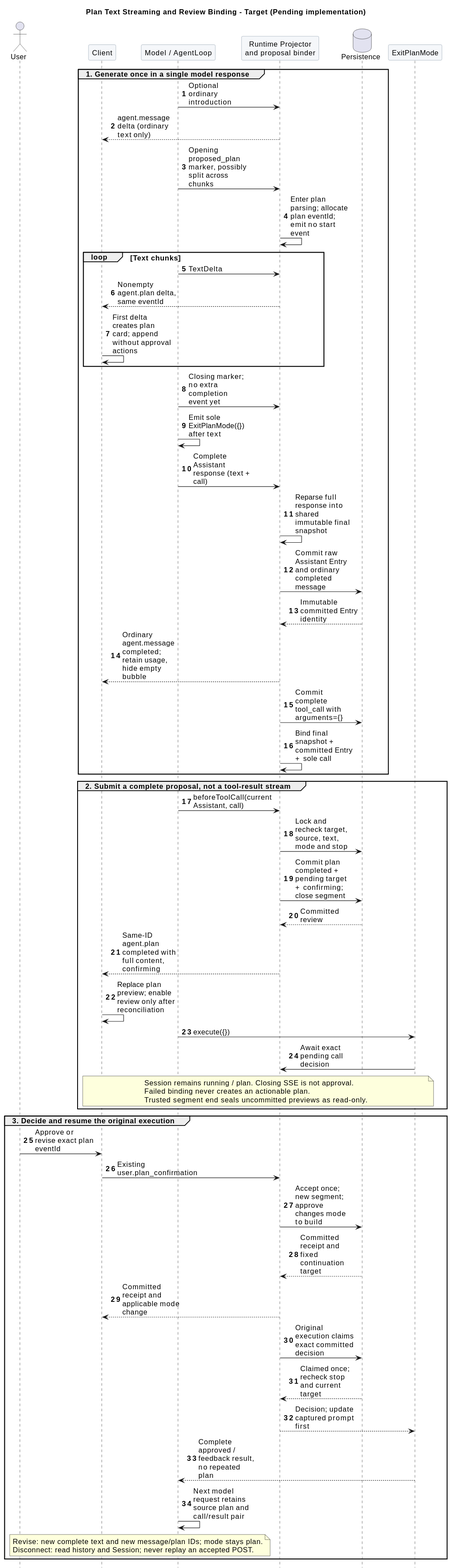
The PlantUML diagram 01-总体架构/06-CampusClaw计划模式/plan_streaming_sequence.svg in ssm0808/pi-mono-java-design, before a commit.
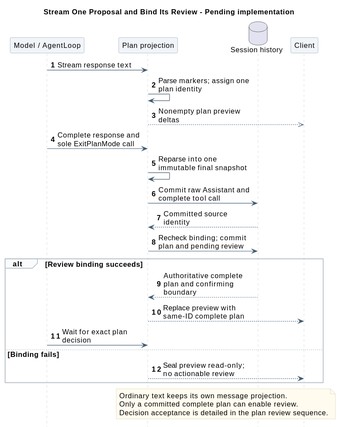
After the change.

Diff of the diagram source:
```diff
@@ -1,73 +1,44 @@
 @startuml
 skinparam backgroundColor white
-skinparam shadowing false
 skinparam defaultFontName SansSerif
 skinparam defaultFontSize 14
-skinparam maxMessageSize 115
+skinparam shadowing false
 skinparam sequenceMessageAlign left
-skinparam sequenceParticipantBackgroundColor #F5F7FA
+skinparam maxMessageSize 180
+skinparam sequenceArrowColor #425B70
+skinparam sequenceLifeLineBorderColor #BAC4CC
+skinparam sequenceParticipantBackgroundColor #F1F5F9
 skinparam sequenceParticipantBorderColor #8496A4
+skinparam sequenceGroupBackgroundColor #FAFBFC
+skinparam sequenceGroupBorderColor #BAC4CC
+skinparam noteBackgroundColor #FFFBEF
+skinparam noteBorderColor #D2C6A5
 hide footbox
 autonumber
-title Plan Text Streaming and Review Binding - Target (Pending implementation)
-actor User
-participant "Client" as UI
+
+title Stream One Proposal and Bind Its Review - Pending implementation
 participant "Model / AgentLoop" as Loop
-participant "Runtime Projector\nand proposal binder" as Runtime
-database "Persistence" as DB
-participant "ExitPlanMode" as Tool
-
-group 1. Generate once in a single model response
-  Loop -> Runtime : Optional ordinary introduction
-  Runtime --> UI : agent.message delta (ordinary text only)
-  Loop -> Runtime : Opening proposed_plan marker, possibly split across chunks
-  Runtime -> Runtime : Enter plan parsing; allocate plan eventId; emit no start event
-  loop Text chunks
-    Loop -> Runtime : TextDelta
-    Runtime --> UI : Nonempty agent.plan delta, same eventId
-    UI -> UI : First delta creates plan card; append without approval actions
-  end
-  Loop -> Runtime : Closing marker; no extra completion event yet
-  Loop -> Loop : Emit sole ExitPlanMode({}) after text
-  Loop -> Runtime : Complete Assistant response (text + call)
-  Runtime -> Runtime : Reparse full response into shared immutable final snapshot
-  Runtime -> DB : Commit raw Assistant Entry and ordinary completed message
-  DB --> Runtime : Immutable committed Entry identity
-  Runtime --> UI : Ordinary agent.message completed; retain usage, hide empty bubble
-  Runtime -> DB : Commit complete tool_call with arguments={}
-  Runtime -> Runtime : Bind final snapshot + committed Entry + sole call
+participant "Plan projection" as Runtime
+database "Session history" as DB
+participant Client
+Loop -> Runtime : Stream response text
+Runtime -> Runtime : Parse markers; assign one plan identity
+Runtime -->> Client : Nonempty plan preview deltas
+Loop -> Runtime : Complete response and sole ExitPlanMode call
+Runtime -> Runtime : Reparse into one immutable final snapshot
+Runtime -> DB : Commit raw Assistant and complete tool call
+DB --> Runtime : Committed source identity
+Runtime -> DB : Recheck binding; commit plan and pending review
+alt Review binding succeeds
+  DB --> Runtime : Authoritative complete plan and confirming boundary
+  Runtime --> Client : Replace preview with same-ID complete plan
+  Loop -> Runtime : Wait for exact plan decision
+else Binding fails
+  Runtime --> Client : Seal preview read-only; no actionable review
 end
-
-group 2. Submit a complete proposal, not a tool-result stream
-  Loop -> Runtime : beforeToolCall(current Assistant, call)
-  Runtime -> DB : Lock and recheck target, source, text, mode and stop
-  Runtime -> DB : Commit plan completed + pending target + confirming; close segment
-  DB --> Runtime : Committed review
-  Runtime --> UI : Same-ID agent.plan completed with full content, confirming
-  UI -> UI : Replace plan preview; enable review only after reconciliation
-  Loop -> Tool : execute({})
-  Tool -> Runtime : Await exact pending call decision
-  note over UI,Tool
-    Session remains running / plan. Closing SSE is not approval.
-    Failed binding never creates an actionable plan.
-    Trusted segment end seals uncommitted previews as read-only.
-  end note
-end
-
-group 3. Decide and resume the original execution
-  User -> UI : Approve or revise exact plan eventId
-  UI -> Runtime : Existing user.plan_confirmation
-  Runtime -> DB : Accept once; new segment; approve changes mode to build
-  DB --> Runtime : Committed receipt and fixed continuation target
-  Runtime --> UI : Committed receipt and applicable mode change
-  Runtime -> DB : Original execution claims exact committed decision
-  DB --> Runtime : Claimed once; recheck stop and current target
-  Runtime --> Tool : Decision; update captured prompt first
-  Tool --> Loop : Complete approved / feedback result, no repeated plan
-  Loop -> Loop : Next model request retains source plan and call/result pair
-  note over UI,Loop
-    Revise: new complete text and new message/plan IDs; mode stays plan.
-    Disconnect: read history and Session; never replay an accepted POST.
-  end note
-end
+note over Runtime,Client
+  Ordinary text keeps its own message projection.
+  Only a committed complete plan can enable review.
+  Decision acceptance is detailed in the plan review sequence.
+end note
 @enduml
```
